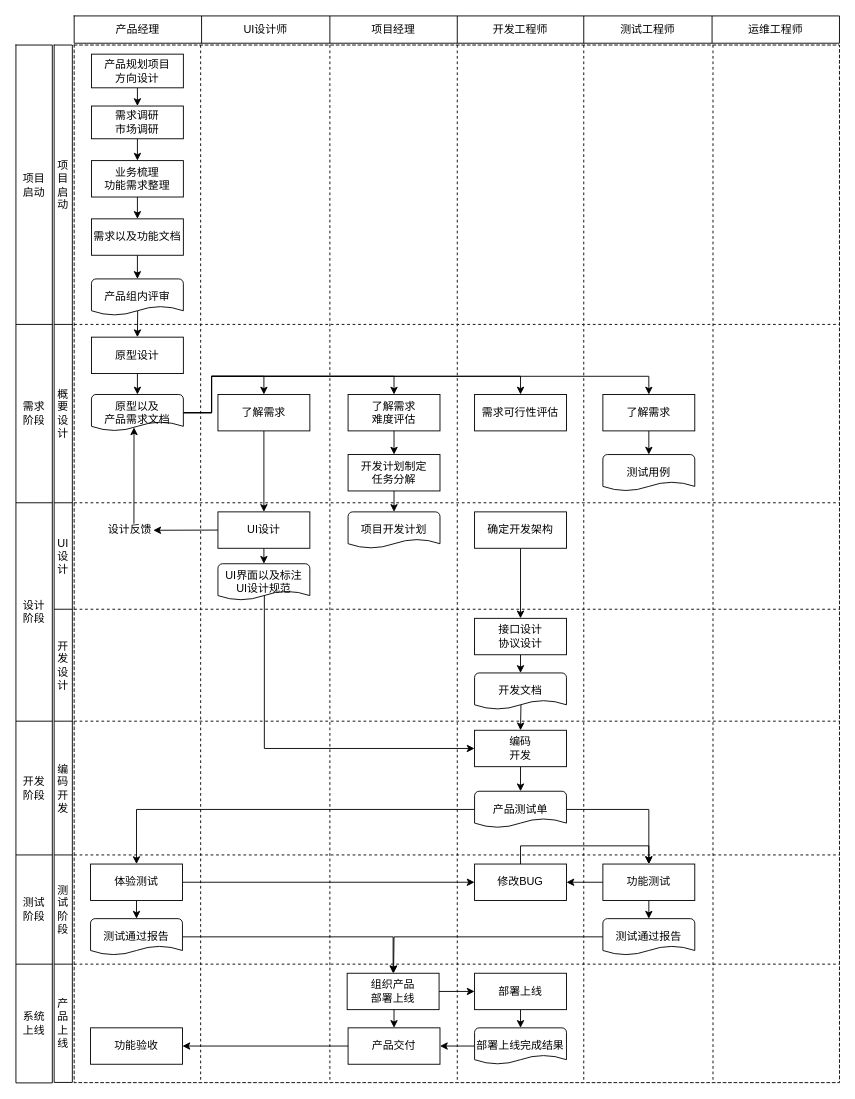
This is 项目开发全流程.drawio from liu12fei08fei/draw-io, a draw.io file, before an edit. Source tidied: cells renumbered, new cells numbered last; positions are measured from the earlier drawing's top-left corner, leaving out a move shared by most shapes. Both pictures are drawn from the tidied source at 91%, with x=0, y=0 at pixel (15, 15).
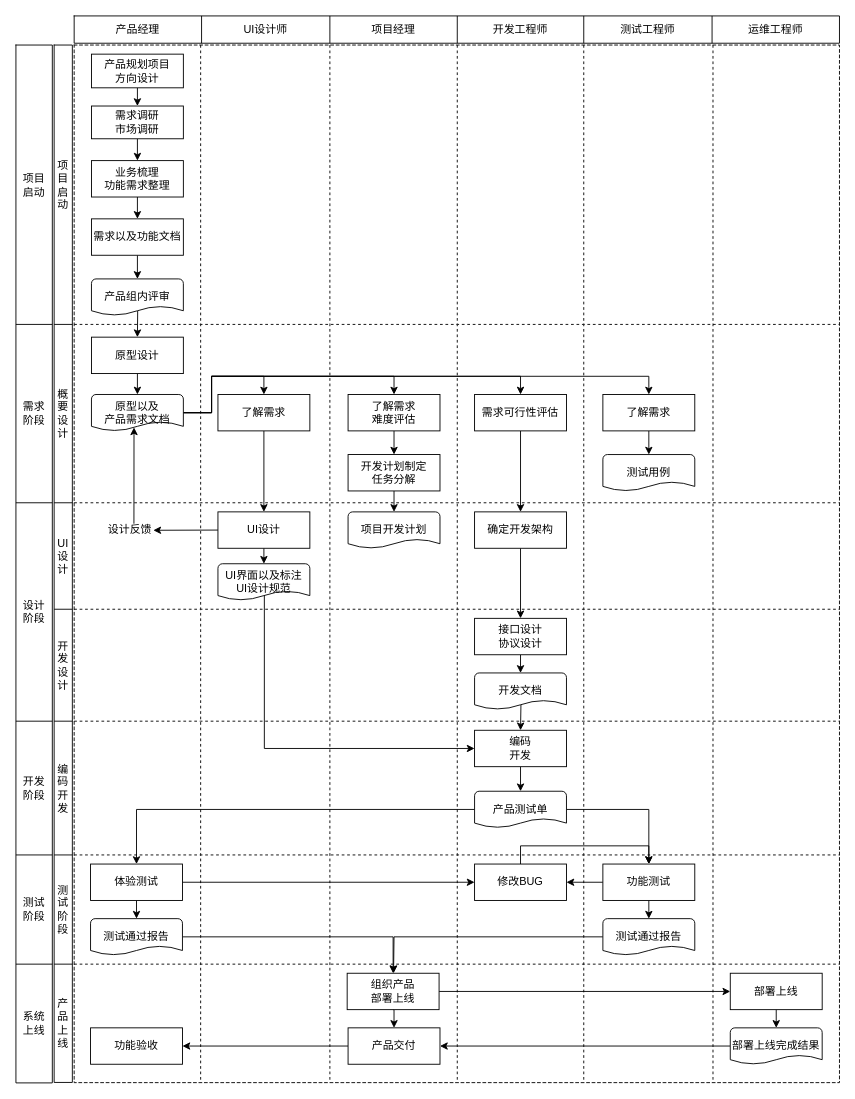
The same page after the edit.

Commit message:
更新项目开发全流程.drawio

The change refers to these unchanged cells:
```xml
<mxCell id="109" value="需求可行性评估" style="rounded=0;whiteSpace=wrap;html=1;" parent="1" vertex="1">
  <mxGeometry x="504" y="416" width="101" height="40" as="geometry" />
</mxCell>
<mxCell id="124" value="确定开发架构" style="rounded=0;whiteSpace=wrap;html=1;" parent="1" vertex="1">
  <mxGeometry x="504" y="545" width="101" height="40" as="geometry" />
</mxCell>
```

Diff of the diagram source:
```diff
@@
+    <mxCell id="156" style="edgeStyle=orthogonalEdgeStyle;rounded=0;jettySize=auto;html=1;exitX=0.5;exitY=1;exitDx=0;exitDy=0;" parent="1" edge="1" source="109" target="124">
+      <mxGeometry relative="1" as="geometry" />
+    </mxCell>
@@
     <mxCell id="150" value="部署上线" style="rounded=0;whiteSpace=wrap;html=1;" parent="1" vertex="1">
-      <mxGeometry x="504" y="1052" width="101" height="40" as="geometry" />
+      <mxGeometry x="785" y="1052" width="101" height="40" as="geometry" />
     </mxCell>
@@
     <mxCell id="154" value="部署上线完成结果" style="strokeWidth=1;html=1;shape=mxgraph.flowchart.document2;whiteSpace=wrap;size=0.25;verticalAlign=middle;" parent="1" vertex="1">
-      <mxGeometry x="504" y="1112" width="101" height="40" as="geometry" />
+      <mxGeometry x="785" y="1112" width="101" height="40" as="geometry" />
     </mxCell>
```
